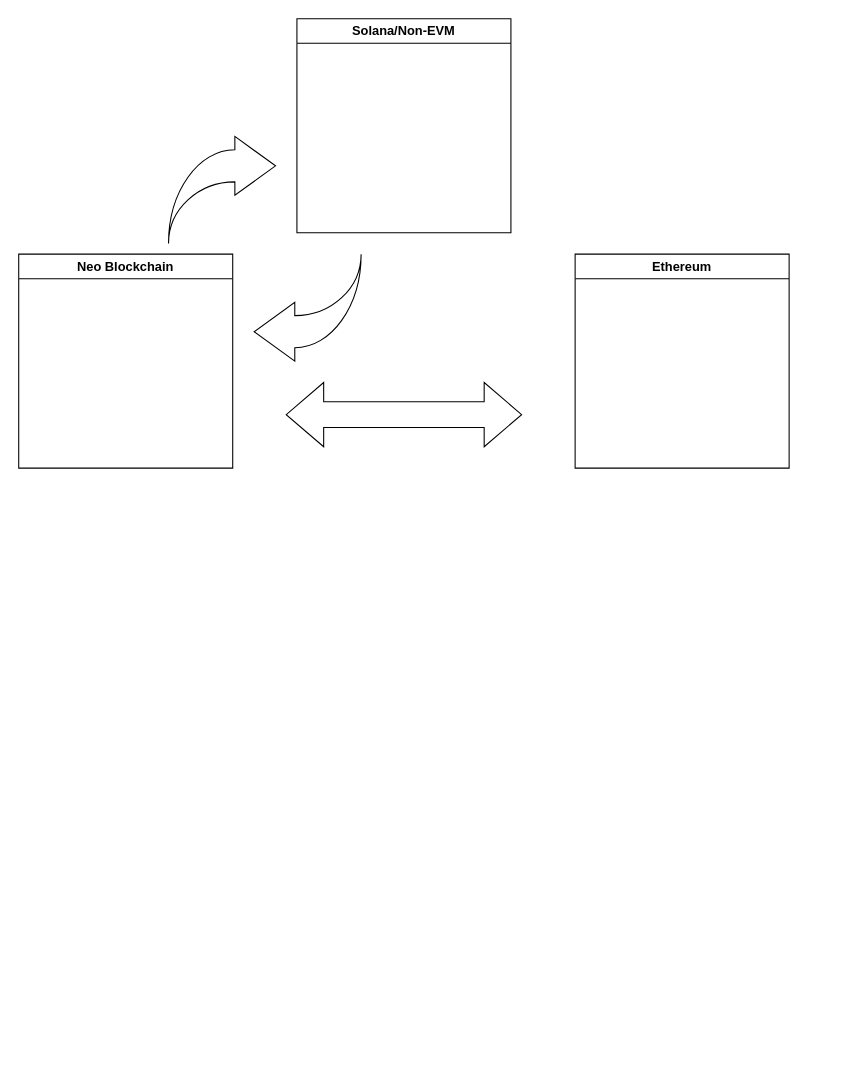
Mohsinsiddi/omnipotent-architecture keeps this draw.io diagram as Untitled Diagram.drawio. Above is the earlier version. Source tidied: cells renumbered, new cells numbered last; positions are measured from the earlier drawing's top-left corner, leaving out a move shared by most shapes. Both pictures are drawn from the tidied source at 107%, with x=0, y=0 at pixel (18, 18).
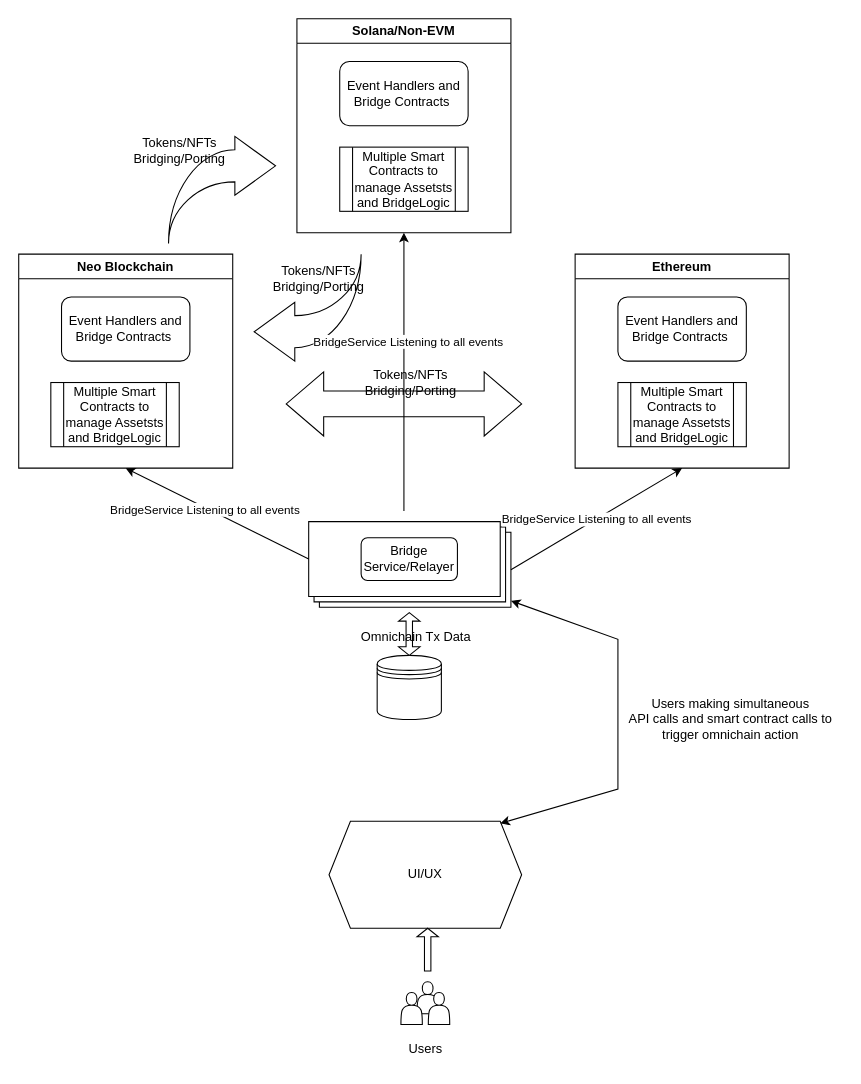
After the change.

The change refers to these unchanged cells:
```xml
<mxCell id="2" value="Solana/Non-EVM" style="swimlane;whiteSpace=wrap;html=1;" parent="1" vertex="1">
  <mxGeometry x="260" width="200" height="200" as="geometry" />
</mxCell>
<mxCell id="3" value="Neo Blockchain" style="swimlane;whiteSpace=wrap;html=1;startSize=23;" parent="1" vertex="1">
  <mxGeometry y="220" width="200" height="200" as="geometry" />
</mxCell>
<mxCell id="4" value="Ethereum" style="swimlane;whiteSpace=wrap;html=1;" parent="1" vertex="1">
  <mxGeometry x="520" y="220" width="200" height="200" as="geometry" />
</mxCell>
```

The edit, as a diff of the source:
```diff
@@
+    <mxCell id="8" value="Event Handlers and Bridge Contracts&amp;nbsp;" style="rounded=1;whiteSpace=wrap;html=1;" parent="2" vertex="1">
+      <mxGeometry x="40" y="40" width="120" height="60" as="geometry" />
+    </mxCell>
+    <mxCell id="9" value="Multiple Smart Contracts to manage Assetsts and BridgeLogic" style="shape=process;whiteSpace=wrap;html=1;backgroundOutline=1;" parent="2" vertex="1">
+      <mxGeometry x="40" y="120" width="120" height="60" as="geometry" />
+    </mxCell>
@@
+    <mxCell id="10" value="Event Handlers and Bridge Contracts&amp;nbsp;" style="rounded=1;whiteSpace=wrap;html=1;" parent="3" vertex="1">
+      <mxGeometry x="40" y="40" width="120" height="60" as="geometry" />
+    </mxCell>
+    <mxCell id="11" value="Multiple Smart Contracts to manage Assetsts and BridgeLogic" style="shape=process;whiteSpace=wrap;html=1;backgroundOutline=1;" parent="3" vertex="1">
+      <mxGeometry x="30" y="120" width="120" height="60" as="geometry" />
+    </mxCell>
@@
+    <mxCell id="12" value="Event Handlers and Bridge Contracts&amp;nbsp;" style="rounded=1;whiteSpace=wrap;html=1;" parent="4" vertex="1">
+      <mxGeometry x="40" y="40" width="120" height="60" as="geometry" />
+    </mxCell>
+    <mxCell id="13" value="Multiple Smart Contracts to manage Assetsts and BridgeLogic" style="shape=process;whiteSpace=wrap;html=1;backgroundOutline=1;" parent="4" vertex="1">
+      <mxGeometry x="40" y="120" width="120" height="60" as="geometry" />
+    </mxCell>
@@
     <mxCell id="7" style="html=1;shadow=0;dashed=0;align=center;verticalAlign=middle;shape=mxgraph.arrows2.twoWayArrow;dy=0.6;dx=35;" parent="1" vertex="1">
-      <mxGeometry x="250" y="340" width="220" height="60" as="geometry" />
+      <mxGeometry x="250" y="330" width="220" height="60" as="geometry" />
     </mxCell>
+    <mxCell id="14" style="shape=datastore;whiteSpace=wrap;html=1;" parent="1" vertex="1">
+      <mxGeometry x="335" y="595" width="60" height="60" as="geometry" />
+    </mxCell>
+    <mxCell id="15" style="verticalLabelPosition=bottom;verticalAlign=top;html=1;shape=mxgraph.basic.layered_rect;dx=10;outlineConnect=0;whiteSpace=wrap;" parent="1" vertex="1">
+      <mxGeometry x="271" y="470" width="189" height="80" as="geometry" />
+    </mxCell>
+    <mxCell id="16" value="Bridge Service/Relayer" style="rounded=1;whiteSpace=wrap;html=1;" parent="1" vertex="1">
+      <mxGeometry x="320" y="485" width="90" height="40" as="geometry" />
+    </mxCell>
+    <mxCell id="17" style="shape=doubleArrow;direction=south;whiteSpace=wrap;html=1;" parent="1" vertex="1">
+      <mxGeometry x="355" y="555" width="20" height="40" as="geometry" />
+    </mxCell>
+    <mxCell id="18" value="Omnichain Tx Data" style="text;html=1;align=center;verticalAlign=middle;strokeColor=none;fillColor=none;" parent="1" vertex="1">
+      <mxGeometry x="306" y="563" width="130" height="30" as="geometry" />
+    </mxCell>
+    <mxCell id="19" style="endArrow=classic;html=1;rounded=0;exitX=0;exitY=0;exitDx=0;exitDy=35;exitPerimeter=0;entryX=0.5;entryY=1;entryDx=0;entryDy=0;" parent="1" edge="1" source="15" target="3">
+      <mxGeometry relative="1" as="geometry" />
+    </mxCell>
+    <mxCell id="20" value="BridgeService Listening to all events" style="edgeLabel;html=1;align=center;verticalAlign=middle;" parent="19" vertex="1">
+      <mxGeometry x="0.13" y="2" relative="1" as="geometry" />
+    </mxCell>
+    <mxCell id="21" style="endArrow=classic;html=1;rounded=0;entryX=0.5;entryY=1;entryDx=0;entryDy=0;" parent="1" edge="1" target="2">
+      <mxGeometry relative="1" as="geometry">
+        <mxPoint x="360" y="460" as="sourcePoint" />
+      </mxGeometry>
+    </mxCell>
+    <mxCell id="22" value="BridgeService Listening to all events" style="edgeLabel;html=1;align=center;verticalAlign=middle;" parent="21" vertex="1">
+      <mxGeometry x="0.22" y="-3" relative="1" as="geometry" />
+    </mxCell>
+    <mxCell id="23" style="endArrow=classic;html=1;rounded=0;exitX=0;exitY=0;exitDx=189;exitDy=45;exitPerimeter=0;entryX=0.5;entryY=1;entryDx=0;entryDy=0;" parent="1" edge="1" source="15" target="4">
+      <mxGeometry relative="1" as="geometry" />
+    </mxCell>
+    <mxCell id="24" value="BridgeService Listening to all events" style="edgeLabel;html=1;align=center;verticalAlign=middle;" parent="23" vertex="1">
+      <mxGeometry relative="1" as="geometry" />
+    </mxCell>
+    <mxCell id="25" value="Tokens/NFTs&lt;br&gt;Bridging/Porting" style="text;html=1;align=center;verticalAlign=middle;strokeColor=none;fillColor=none;" parent="1" vertex="1">
+      <mxGeometry x="95" y="103" width="110" height="40" as="geometry" />
+    </mxCell>
+    <mxCell id="26" value="Tokens/NFTs&lt;br style=&quot;border-color: var(--border-color);&quot;&gt;Bridging/Porting" style="text;html=1;align=center;verticalAlign=middle;strokeColor=none;fillColor=none;" parent="1" vertex="1">
+      <mxGeometry x="225" y="223" width="110" height="40" as="geometry" />
+    </mxCell>
+    <mxCell id="27" value="Tokens/NFTs&lt;br style=&quot;border-color: var(--border-color);&quot;&gt;Bridging/Porting" style="text;html=1;align=center;verticalAlign=middle;strokeColor=none;fillColor=none;" parent="1" vertex="1">
+      <mxGeometry x="310.5" y="320" width="110" height="40" as="geometry" />
+    </mxCell>
+    <mxCell id="28" value="UI/UX" style="shape=hexagon;perimeter=hexagonPerimeter2;whiteSpace=wrap;html=1;fixedSize=1;" parent="1" vertex="1">
+      <mxGeometry x="290" y="750" width="180" height="100" as="geometry" />
+    </mxCell>
+    <mxCell id="29" style="shape=actor;whiteSpace=wrap;html=1;" parent="1" vertex="1">
+      <mxGeometry x="372.2" y="900" width="20" height="30" as="geometry" />
+    </mxCell>
+    <mxCell id="30" style="shape=actor;whiteSpace=wrap;html=1;" parent="1" vertex="1">
+      <mxGeometry x="357.2" y="910" width="20" height="30" as="geometry" />
+    </mxCell>
+    <mxCell id="31" style="shape=actor;whiteSpace=wrap;html=1;" parent="1" vertex="1">
+      <mxGeometry x="382.8" y="910" width="20" height="30" as="geometry" />
+    </mxCell>
+    <mxCell id="32" style="endArrow=classic;startArrow=classic;html=1;rounded=0;exitX=0.889;exitY=0.02;exitDx=0;exitDy=0;exitPerimeter=0;" parent="1" edge="1" source="28" target="15">
+      <mxGeometry relative="1" as="geometry">
+        <Array as="points">
+          <mxPoint x="560" y="720" />
+          <mxPoint x="560" y="580" />
+        </Array>
+      </mxGeometry>
+    </mxCell>
+    <mxCell id="33" value="Users" style="text;html=1;align=center;verticalAlign=middle;strokeColor=none;fillColor=none;" parent="1" vertex="1">
+      <mxGeometry x="355" y="948" width="50" height="30" as="geometry" />
+    </mxCell>
+    <mxCell id="34" style="shape=singleArrow;direction=north;whiteSpace=wrap;html=1;" parent="1" vertex="1">
+      <mxGeometry x="372.2" y="850" width="20" height="40" as="geometry" />
+    </mxCell>
+    <mxCell id="35" value="Users making simultaneous&lt;br&gt;API calls and smart contract calls to&lt;br&gt;trigger omnichain action" style="text;html=1;align=center;verticalAlign=middle;strokeColor=none;fillColor=none;" parent="1" vertex="1">
+      <mxGeometry x="560" y="625" width="210" height="60" as="geometry" />
+    </mxCell>
```
